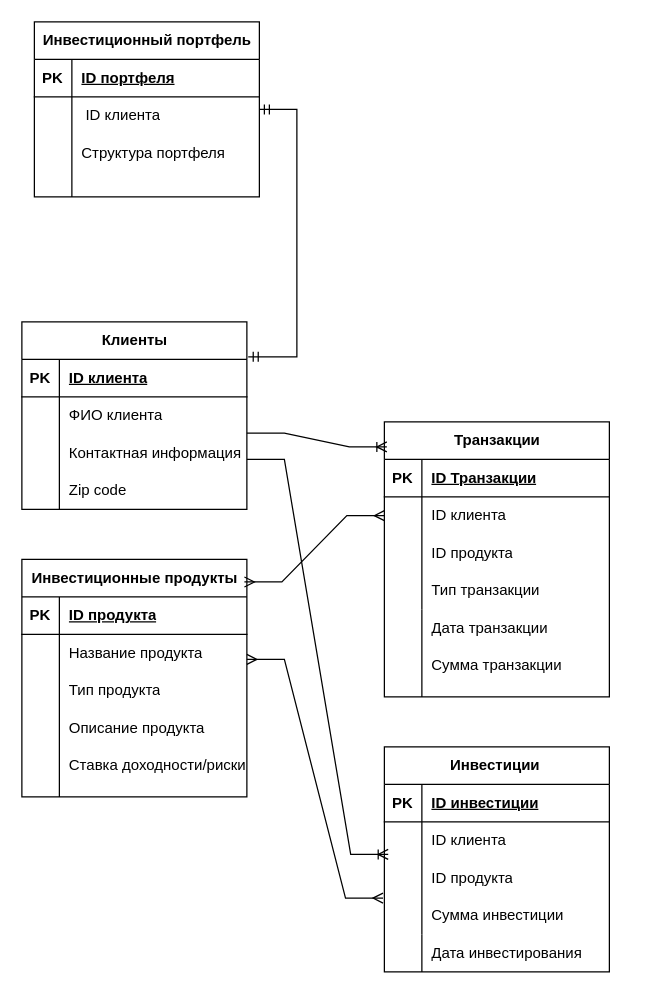
This is Диаграмма без названия.drawio from Tredz01/_DataBases_ArtemSaponenko, a draw.io file, before an edit. Source tidied: cells renumbered, new cells numbered last; positions are measured from the earlier drawing's top-left corner, leaving out a move shared by most shapes. Both pictures are drawn from the tidied source at 125%, with x=0, y=0 at pixel (21, 21).
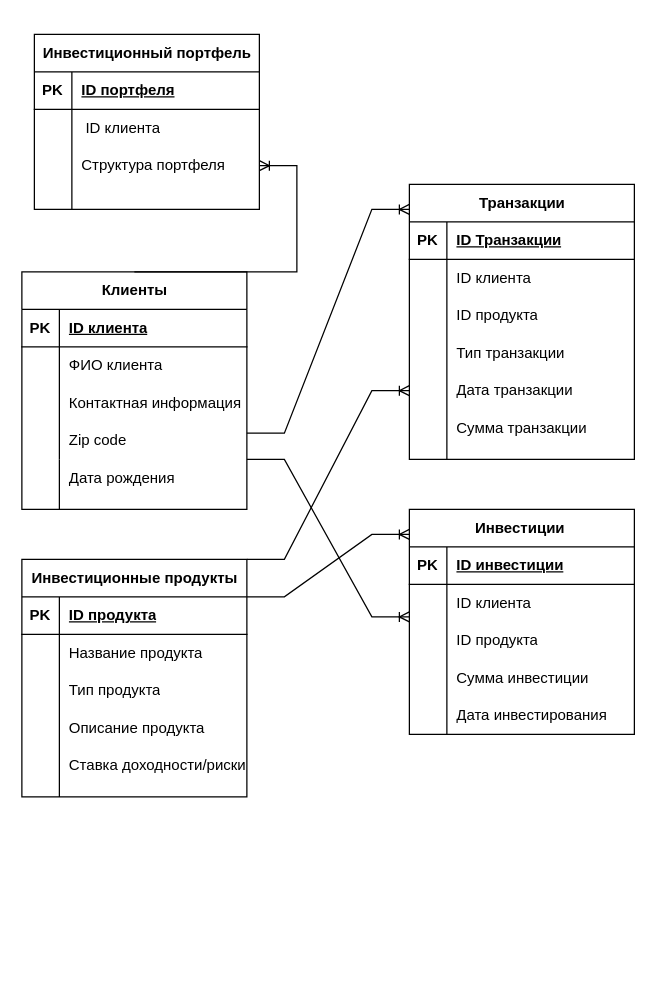
Above is the later version.

The change refers to these unchanged cells:
```xml
<mxCell id="3" style="shape=tableRow;horizontal=0;startSize=0;swimlaneHead=0;swimlaneBody=0;fillColor=none;points=[[0,0.5],[1,0.5]];portConstraint=eastwest;top=0;left=0;right=0;bottom=1;" parent="2" vertex="1">
  <mxGeometry y="30" width="180" height="30" as="geometry" />
</mxCell>
<mxCell id="24" style="shape=tableRow;horizontal=0;startSize=0;swimlaneHead=0;swimlaneBody=0;fillColor=none;points=[[0,0.5],[1,0.5]];portConstraint=eastwest;top=0;left=0;right=0;bottom=0;" parent="17" vertex="1">
  <mxGeometry y="90" width="180" height="30" as="geometry" />
</mxCell>
<mxCell id="39" style="shape=tableRow;horizontal=0;startSize=0;swimlaneHead=0;swimlaneBody=0;fillColor=none;points=[[0,0.5],[1,0.5]];portConstraint=eastwest;top=0;left=0;right=0;bottom=0;" parent="35" vertex="1">
  <mxGeometry y="60" width="180" height="30" as="geometry" />
</mxCell>
<mxCell id="45" style="shape=tableRow;horizontal=0;startSize=0;swimlaneHead=0;swimlaneBody=0;fillColor=none;points=[[0,0.5],[1,0.5]];portConstraint=eastwest;top=0;left=0;right=0;bottom=0;" parent="35" vertex="1">
  <mxGeometry y="120" width="180" height="30" as="geometry" />
</mxCell>
<mxCell id="50" value="Транзакции" style="shape=table;startSize=30;childLayout=tableLayout;rowLines=0;fontStyle=1;align=center;html=1;" parent="49" vertex="1">
  <mxGeometry width="180" height="220" as="geometry" />
</mxCell>
<mxCell id="54" style="shape=tableRow;horizontal=0;startSize=0;swimlaneHead=0;swimlaneBody=0;fillColor=none;points=[[0,0.5],[1,0.5]];portConstraint=eastwest;top=0;left=0;right=0;bottom=0;" parent="50" vertex="1">
  <mxGeometry y="60" width="180" height="30" as="geometry" />
</mxCell>
<mxCell id="66" value="Инвестиционные продукты" style="shape=table;startSize=30;childLayout=tableLayout;rowLines=0;fontStyle=1;align=center;html=1;" parent="65" vertex="1">
  <mxGeometry width="180" height="190" as="geometry" />
</mxCell>
```

What changed in the source:
```diff
@@
     <mxCell id="2" value="Клиенты" style="shape=table;startSize=30;childLayout=tableLayout;rowLines=0;fontStyle=1;align=center;html=1;" parent="1" vertex="1">
-      <mxGeometry y="240" width="180" height="150" as="geometry" />
+      <mxGeometry y="200" width="180" height="190" as="geometry" />
     </mxCell>
@@
     <mxCell id="15" style="endArrow=none;html=1;rounded=0;" parent="1" edge="1">
       <mxGeometry relative="1" as="geometry">
-        <mxPoint x="320" y="730" as="sourcePoint" />
-        <mxPoint x="320" y="760" as="targetPoint" />
+        <mxPoint x="340" y="540" as="sourcePoint" />
+        <mxPoint x="340" y="570" as="targetPoint" />
       </mxGeometry>
     </mxCell>
     <mxCell id="16" style="endArrow=none;html=1;rounded=0;" parent="1" edge="1">
       <mxGeometry relative="1" as="geometry">
-        <mxPoint x="320" y="540" as="sourcePoint" />
-        <mxPoint x="320" y="470" as="targetPoint" />
+        <mxPoint x="340" y="350" as="sourcePoint" />
+        <mxPoint x="340" y="280" as="targetPoint" />
       </mxGeometry>
     </mxCell>
     <mxCell id="17" value="Инвестиционный портфель" style="shape=table;startSize=30;childLayout=tableLayout;rowLines=0;fontStyle=1;align=center;html=1;" parent="1" vertex="1">
-      <mxGeometry x="10" width="180" height="140" as="geometry" />
+      <mxGeometry x="10" y="10" width="180" height="140" as="geometry" />
     </mxCell>
@@
     <mxCell id="30" style="group;" parent="1" vertex="1">
-      <mxGeometry x="290" y="580" width="180" height="180" as="geometry" />
+      <mxGeometry x="310" y="390" width="180" height="180" as="geometry" />
     </mxCell>
@@
     <mxCell id="49" style="group;" parent="1" vertex="1">
-      <mxGeometry x="290" y="320" width="180" height="220" as="geometry" />
+      <mxGeometry x="310" y="130" width="180" height="220" as="geometry" />
     </mxCell>
@@
-    <mxCell id="81" style="edgeStyle=entityRelationEdgeStyle;fontSize=12;html=1;endArrow=ERoneToMany;rounded=0;entryX=0.011;entryY=0.091;entryDx=0;entryDy=0;entryPerimeter=0;" parent="1" edge="1" target="50">
+    <mxCell id="81" style="edgeStyle=entityRelationEdgeStyle;fontSize=12;html=1;endArrow=ERoneToMany;rounded=0;" parent="1" edge="1">
       <mxGeometry relative="1" as="geometry">
         <mxPoint x="180" y="329" as="sourcePoint" />
+        <mxPoint x="310" y="150" as="targetPoint" />
       </mxGeometry>
     </mxCell>
-    <mxCell id="82" style="edgeStyle=entityRelationEdgeStyle;fontSize=12;html=1;endArrow=ERmany;startArrow=ERmany;rounded=0;exitX=0.989;exitY=0.095;exitDx=0;exitDy=0;exitPerimeter=0;" parent="1" edge="1" source="66" target="54">
-      <mxGeometry relative="1" as="geometry" />
-    </mxCell>
-    <mxCell id="83" style="edgeStyle=entityRelationEdgeStyle;fontSize=12;html=1;endArrow=ERmandOne;startArrow=ERmandOne;rounded=0;entryX=1.006;entryY=-0.067;entryDx=0;entryDy=0;entryPerimeter=0;" parent="1" edge="1" target="3">
-      <mxGeometry relative="1" as="geometry">
-        <mxPoint x="190" y="70" as="sourcePoint" />
-      </mxGeometry>
-    </mxCell>
-    <mxCell id="84" style="edgeStyle=entityRelationEdgeStyle;fontSize=12;html=1;endArrow=ERoneToMany;rounded=0;entryX=0.017;entryY=0.867;entryDx=0;entryDy=0;exitX=1.017;exitY=-0.033;exitDx=0;exitDy=0;exitPerimeter=0;entryPerimeter=0;" parent="1" edge="1" target="39">
+    <mxCell id="84" style="edgeStyle=entityRelationEdgeStyle;fontSize=12;html=1;endArrow=ERoneToMany;rounded=0;exitX=1.017;exitY=-0.033;exitDx=0;exitDy=0;exitPerimeter=0;" parent="1" edge="1">
       <mxGeometry relative="1" as="geometry">
         <mxPoint x="180" y="350" as="sourcePoint" />
+        <mxPoint x="310" y="476" as="targetPoint" />
       </mxGeometry>
     </mxCell>
-    <mxCell id="85" style="edgeStyle=entityRelationEdgeStyle;fontSize=12;html=1;endArrow=ERmany;startArrow=ERmany;rounded=0;entryX=-0.006;entryY=0.033;entryDx=0;entryDy=0;entryPerimeter=0;" parent="1" edge="1" target="45">
-      <mxGeometry relative="1" as="geometry">
-        <mxPoint x="180" y="510" as="sourcePoint" />
-      </mxGeometry>
-    </mxCell>
+    <mxCell id="86" style="edgeStyle=entityRelationEdgeStyle;fontSize=12;html=1;endArrow=ERoneToMany;rounded=0;entryX=0;entryY=0.75;entryDx=0;entryDy=0;exitX=1;exitY=0;exitDx=0;exitDy=0;" parent="1" edge="1" source="66" target="50">
+      <mxGeometry relative="1" as="geometry" />
+    </mxCell>
+    <mxCell id="87" style="edgeStyle=entityRelationEdgeStyle;fontSize=12;html=1;endArrow=ERoneToMany;rounded=0;" parent="1" edge="1">
+      <mxGeometry relative="1" as="geometry">
+        <mxPoint x="180" y="460" as="sourcePoint" />
+        <mxPoint x="310" y="410" as="targetPoint" />
+      </mxGeometry>
+    </mxCell>
+    <mxCell id="88" style="edgeStyle=entityRelationEdgeStyle;fontSize=12;html=1;endArrow=ERoneToMany;rounded=0;exitX=0.5;exitY=0;exitDx=0;exitDy=0;" parent="1" edge="1" source="2" target="24">
+      <mxGeometry relative="1" as="geometry" />
+    </mxCell>
+    <mxCell id="89" style="endArrow=none;html=1;rounded=0;" parent="1" edge="1">
+      <mxGeometry relative="1" as="geometry">
+        <mxPoint x="30" y="390" as="sourcePoint" />
+        <mxPoint x="30" y="350" as="targetPoint" />
+      </mxGeometry>
+    </mxCell>
+    <mxCell id="90" value="Дата рождения" style="shape=partialRectangle;fillColor=none;top=0;left=0;bottom=0;right=0;align=left;spacingLeft=6;overflow=hidden;whiteSpace=wrap;html=1;" parent="1" vertex="1">
+      <mxGeometry x="30" y="350" width="150" height="30" as="geometry" />
+    </mxCell>
```
